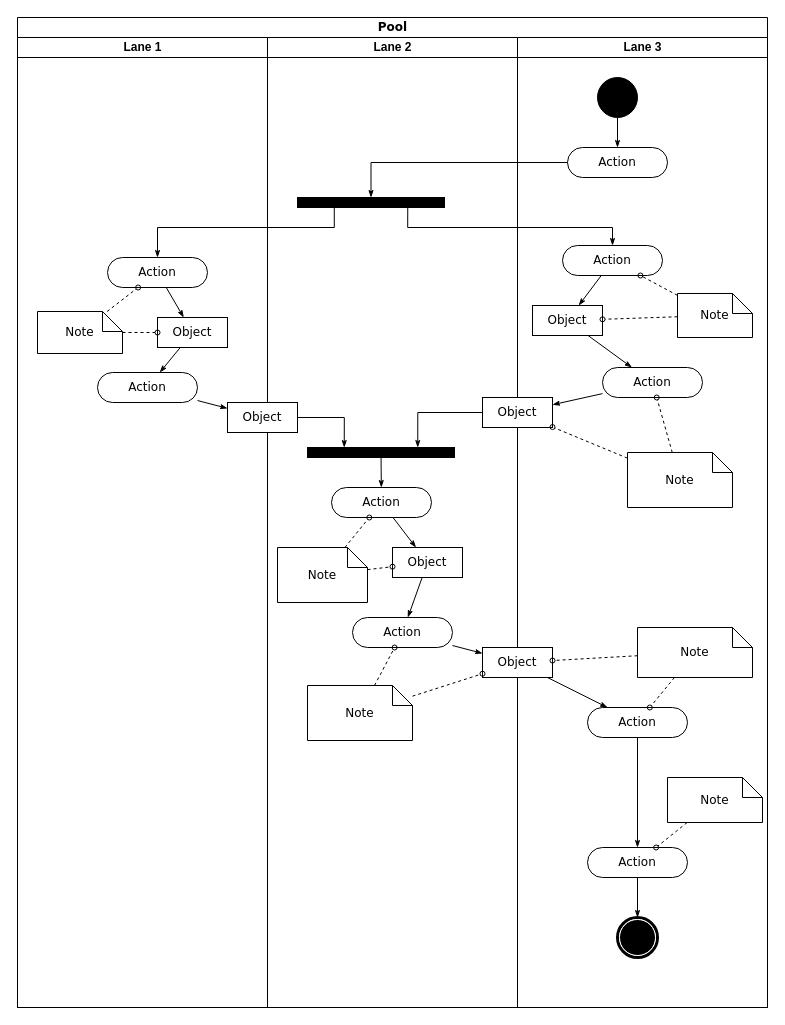
Before: cvicenie_3.drawio in KuzmaJn/Software-engineering, a draw.io diagram. Source tidied: cells renumbered, new cells numbered last; positions are measured from the earlier drawing's top-left corner, leaving out a move shared by most shapes. Both pictures are drawn from the tidied source at 100%, with x=0, y=0 at pixel (17, 17).
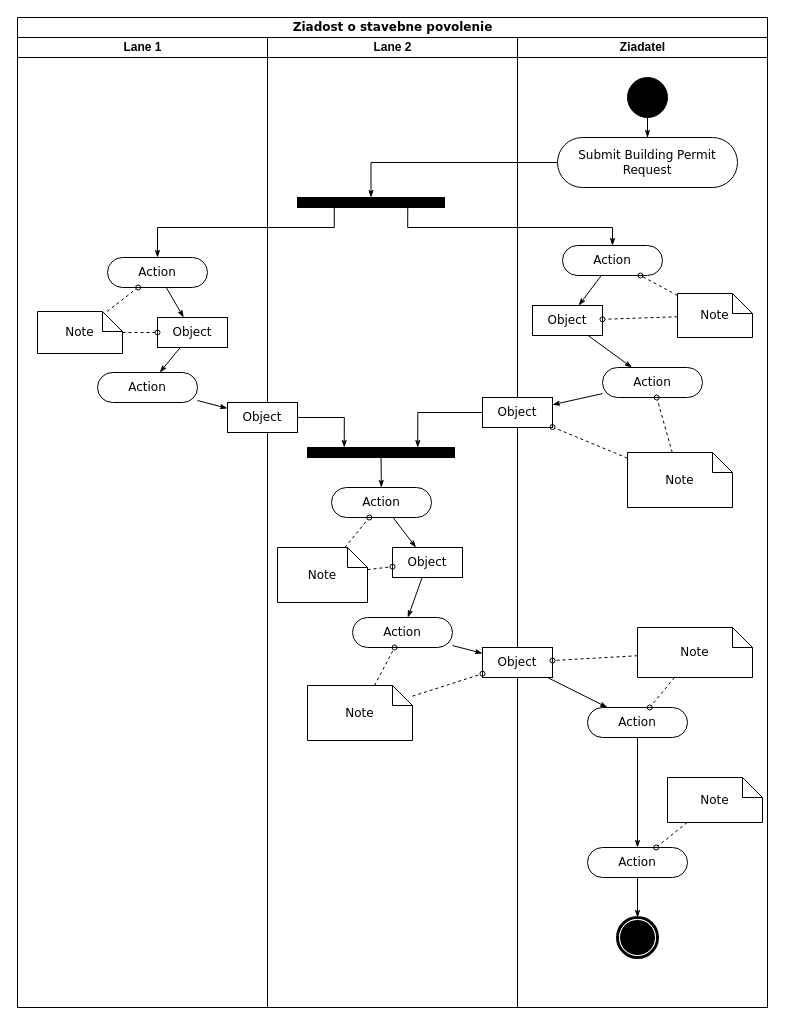
Above is the later version.

Change to the diagram source:
```diff
@@
-    <mxCell id="2" value="Pool" style="swimlane;html=1;startSize=20;rounded=0;shadow=0;comic=0;labelBackgroundColor=none;strokeWidth=1;fontFamily=Verdana;fontSize=12;align=center;" parent="1" vertex="1">
+    <mxCell id="2" value="Ziadost o stavebne povolenie" style="swimlane;html=1;startSize=20;rounded=0;shadow=0;comic=0;labelBackgroundColor=none;strokeWidth=1;fontFamily=Verdana;fontSize=12;align=center;" parent="1" vertex="1">
       <mxGeometry width="750" height="990" as="geometry" />
     </mxCell>
@@
-    <mxCell id="28" value="Lane 3" style="swimlane;html=1;startSize=20;" parent="2" vertex="1">
+    <mxCell id="28" value="Ziadatel" style="swimlane;html=1;startSize=20;" parent="2" vertex="1">
       <mxGeometry x="500" y="20" width="250" height="970" as="geometry" />
     </mxCell>
@@
     <mxCell id="30" style="ellipse;whiteSpace=wrap;html=1;rounded=0;shadow=0;comic=0;labelBackgroundColor=none;strokeWidth=1;fillColor=#000000;fontFamily=Verdana;fontSize=12;align=center;" parent="28" vertex="1">
-      <mxGeometry x="80" y="40" width="40" height="40" as="geometry" />
+      <mxGeometry x="110" y="40" width="40" height="40" as="geometry" />
     </mxCell>
-    <mxCell id="31" value="Action" style="rounded=1;whiteSpace=wrap;html=1;shadow=0;comic=0;labelBackgroundColor=none;strokeWidth=1;fontFamily=Verdana;fontSize=12;align=center;arcSize=50;" parent="28" vertex="1">
-      <mxGeometry x="50" y="110" width="100" height="30" as="geometry" />
+    <mxCell id="31" value="Submit Building Permit Request" style="rounded=1;whiteSpace=wrap;html=1;shadow=0;comic=0;labelBackgroundColor=none;strokeWidth=1;fontFamily=Verdana;fontSize=12;align=center;arcSize=50;" parent="28" vertex="1">
+      <mxGeometry x="40" y="100" width="180" height="50" as="geometry" />
     </mxCell>
```
